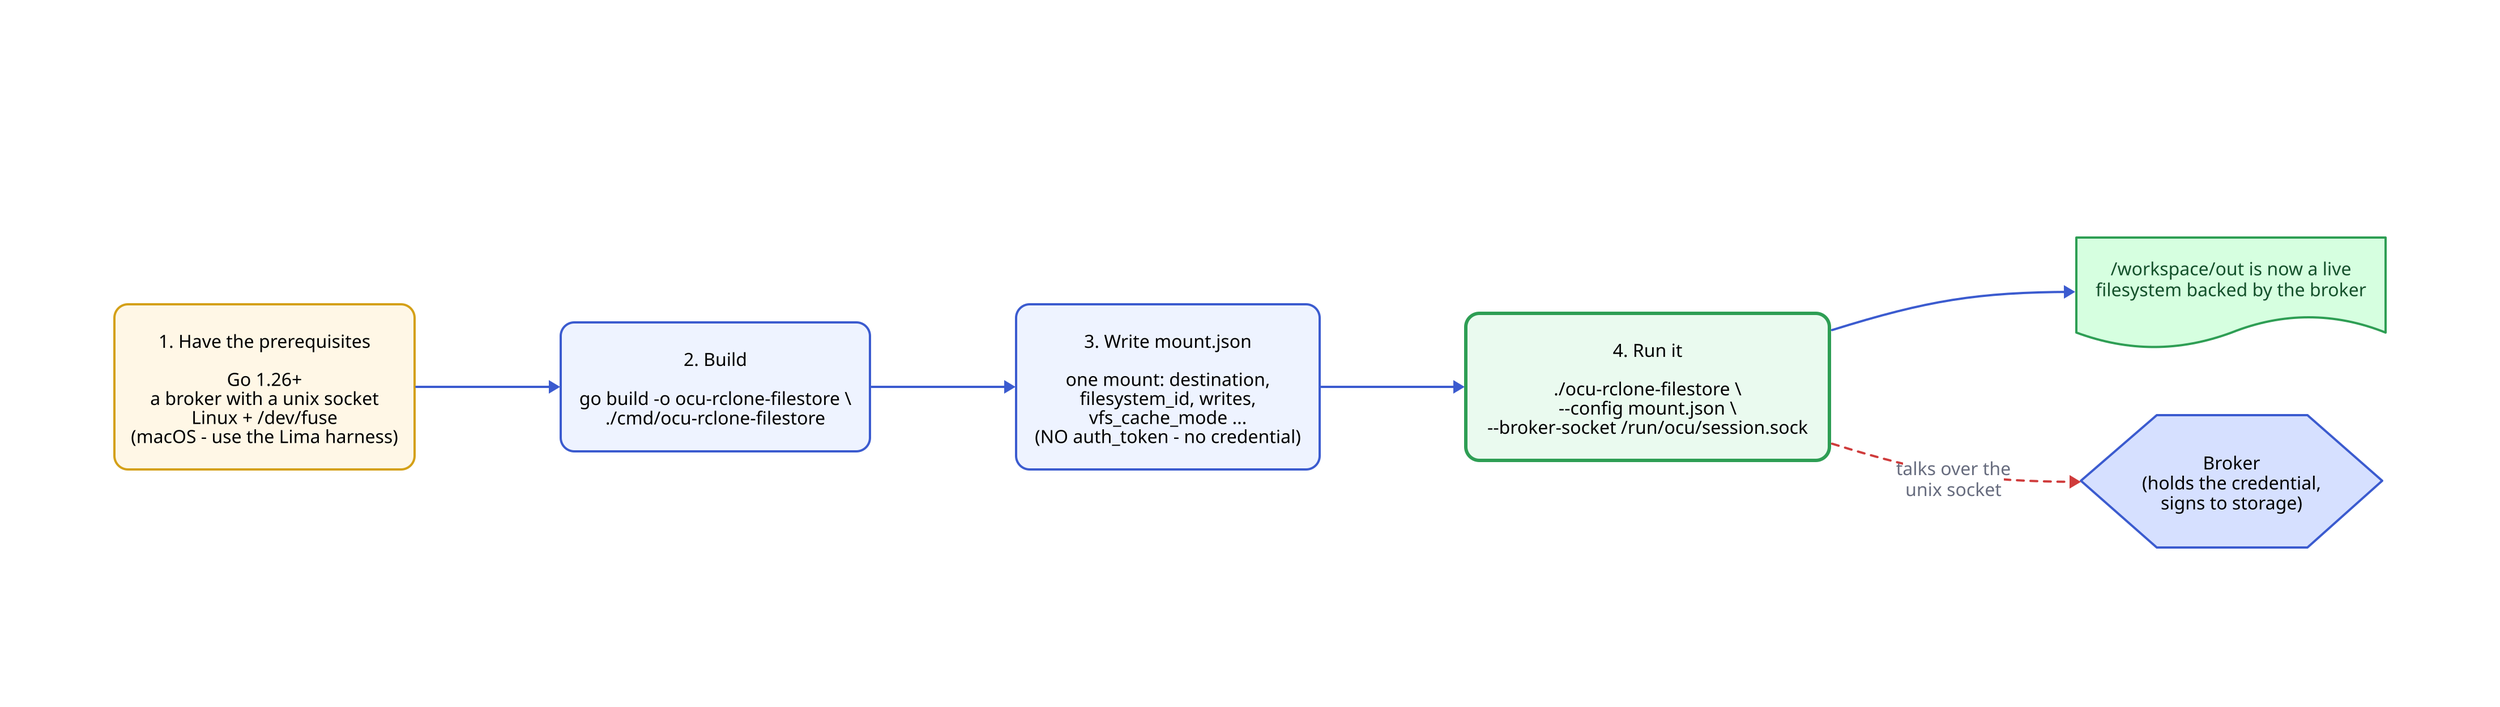
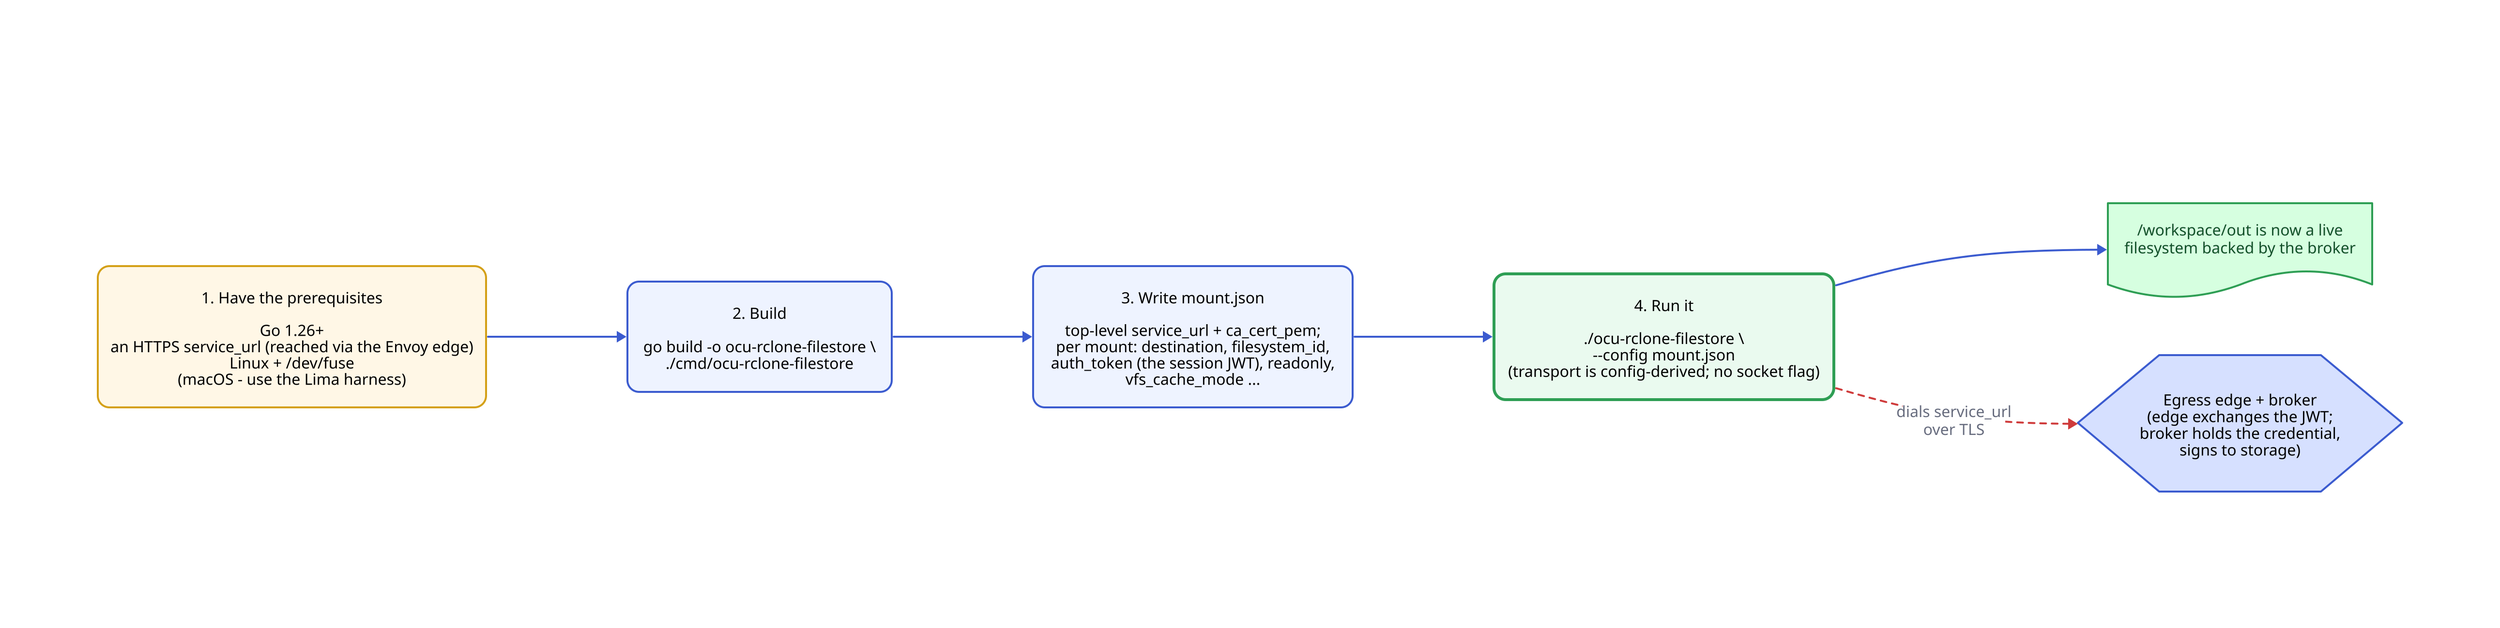
# SPDX-License-Identifier: FSL-1.1-Apache-2.0
# Copyright (c) 2025 Open Computer Use Contributors
#
# Setup: how to build it and run it against a broker.
# Render: d2 docs/diagrams/04-setup.d2 docs/diagrams/04-setup.svg

direction: right

title: |md
  # How to run it — four steps
| {near: top-center; style.font-size: 28}

- s1: "1. Have the prerequisites\n\nGo 1.26+\na broker with a unix socket\nLinux + /dev/fuse\n(macOS - use the Lima harness)" {
+ s1: "1. Have the prerequisites\n\nGo 1.26+\nan HTTPS service_url (reached via the Envoy edge)\nLinux + /dev/fuse\n(macOS - use the Lima harness)" {
  style: {fill: "#fff7e6"; stroke: "#d4a017"; stroke-width: 2; border-radius: 12; font-color: "#000"}
}
s2: "2. Build\n\ngo build -o ocu-rclone-filestore \\\n  ./cmd/ocu-rclone-filestore" {
  style: {fill: "#eef3ff"; stroke: "#3b5bcf"; stroke-width: 2; border-radius: 12; font-color: "#000"}
}
- s3: "3. Write mount.json\n\none mount: destination,\nfilesystem_id, writes,\nvfs_cache_mode ...\n(NO auth_token - no credential)" {
+ s3: "3. Write mount.json\n\ntop-level service_url + ca_cert_pem;\nper mount: destination, filesystem_id,\nauth_token (the session JWT), readonly,\nvfs_cache_mode ..." {
  style: {fill: "#eef3ff"; stroke: "#3b5bcf"; stroke-width: 2; border-radius: 12; font-color: "#000"}
}
- s4: "4. Run it\n\n./ocu-rclone-filestore \\\n  --config mount.json \\\n  --broker-socket /run/ocu/session.sock" {
+ s4: "4. Run it\n\n./ocu-rclone-filestore \\\n  --config mount.json\n(transport is config-derived; no socket flag)" {
  style: {fill: "#eafaef"; stroke: "#2e9e54"; stroke-width: 3; border-radius: 12; bold: true; font-color: "#000"}
}

result: "/workspace/out is now a live\nfilesystem backed by the broker" {
  shape: document
  style: {fill: "#d6ffe0"; stroke: "#2e9e54"; stroke-width: 2; font-color: "#13502a"}
}

s1 -> s2 -> s3 -> s4 -> result: "" {style.stroke: "#3b5bcf"}

- broker: "Broker\n(holds the credential,\nsigns to storage)" {
+ broker: "Egress edge + broker\n(edge exchanges the JWT;\nbroker holds the credential,\nsigns to storage)" {
  shape: hexagon
  style: {fill: "#d6e0ff"; stroke: "#3b5bcf"; font-color: "#000"}
}
- s4 -> broker: "talks over the\nunix socket" {style: {stroke: "#cf3b3b"; stroke-width: 2; stroke-dash: 3}}
+ s4 -> broker: "dials service_url\nover TLS" {style: {stroke: "#cf3b3b"; stroke-width: 2; stroke-dash: 3}}

note: |md
  Any mount that fails to come up is a **hard, non-zero exit** — never a silently
  missing directory. Set `--ready-file` to be told the moment every mount is live.
| {near: bottom-center; style: {fill: "#fafafa"; stroke: "#bbb"; font-size: 13}}
